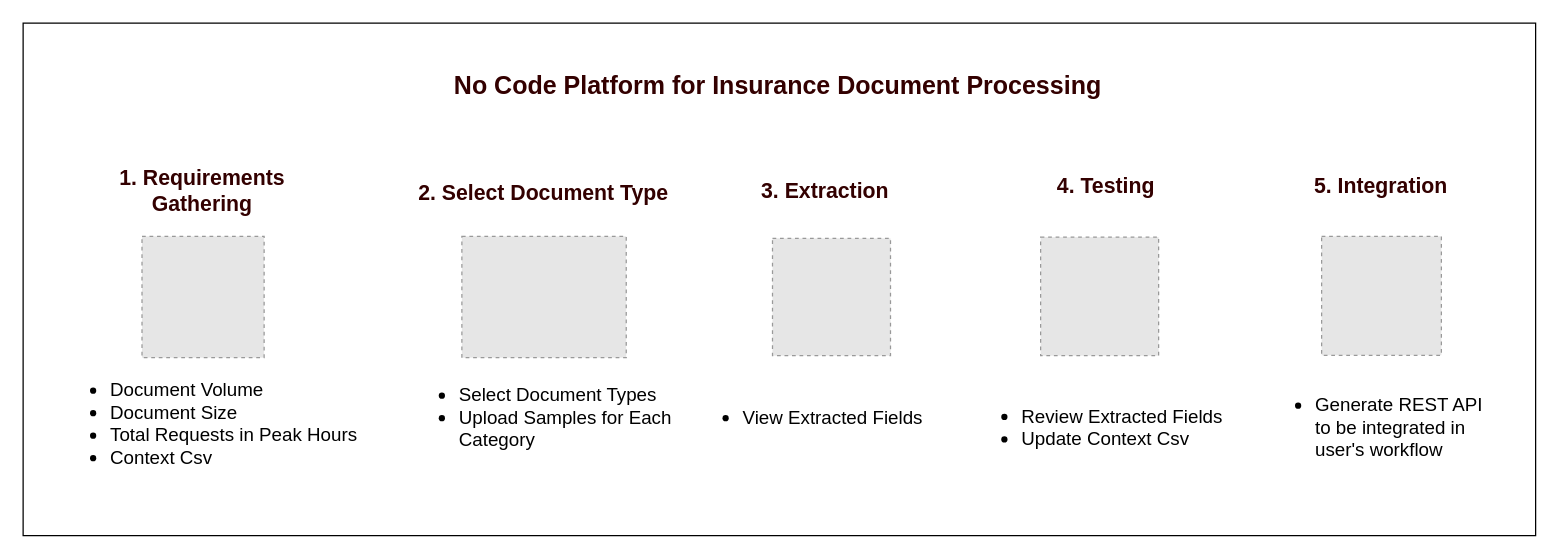
sidthedesigner/Draw.io keeps this draw.io diagram as No Code Platform for Insurance Document Processing .drawio. Above is the earlier version. Source tidied: cells renumbered, new cells numbered last; positions are measured from the earlier drawing's top-left corner, leaving out a move shared by most shapes. Both pictures are drawn from the tidied source at 125%, with x=0, y=0 at pixel (22, 22). Pictures stored in the file or linked from it are replaced by grey dashed boxes.
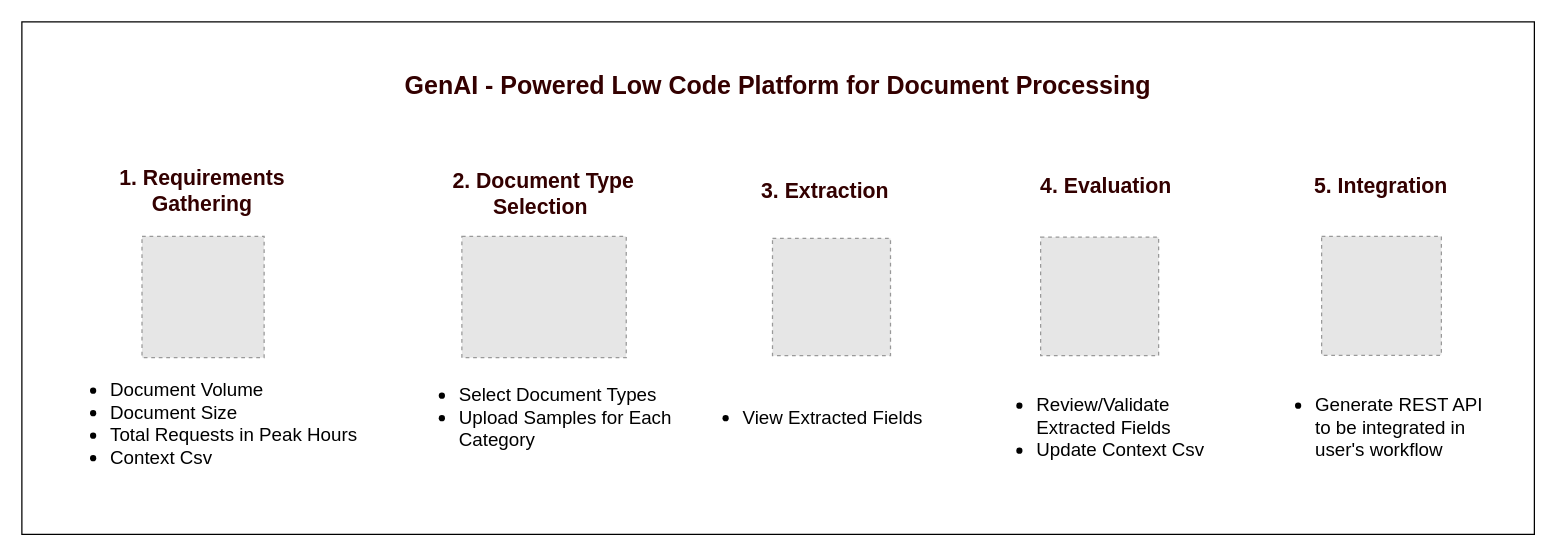
The same diagram, later.

What changed in the source:
```diff
@@
 <mxGraphModel>
   <root>
     <mxCell id="0" />
     <mxCell id="1" parent="0" />
     <mxCell id="2" style="fillColor=#E6E6E6;strokeColor=#999999;dashed=1;verticalLabelPosition=bottom;labelBackgroundColor=default;verticalAlign=top;fontSize=15;" parent="1" vertex="1">
       <mxGeometry x="351" y="170.6" width="131.5" height="97" as="geometry" />
     </mxCell>
     <mxCell id="3" style="fillColor=#E6E6E6;strokeColor=#999999;dashed=1;verticalLabelPosition=bottom;labelBackgroundColor=default;verticalAlign=top;" parent="1" vertex="1">
       <mxGeometry x="95.1" y="170.6" width="97.7" height="97" as="geometry" />
     </mxCell>
     <mxCell id="4" style="fillColor=#E6E6E6;strokeColor=#999999;dashed=1;verticalLabelPosition=bottom;labelBackgroundColor=default;verticalAlign=top;" parent="1" vertex="1">
       <mxGeometry x="599.5" y="172.2" width="94.4" height="93.8" as="geometry" />
     </mxCell>
-    <mxCell id="5" value="&lt;b style=&quot;font-size: 20px;&quot;&gt;No Code Platform for Insurance Document Processing&lt;/b&gt;" style="text;html=1;align=center;verticalAlign=middle;whiteSpace=wrap;rounded=0;fontSize=20;fontColor=#330000;labelBackgroundColor=default;labelBorderColor=none;textShadow=0;" parent="1" vertex="1">
-      <mxGeometry x="324" y="34" width="560" height="30" as="geometry" />
+    <mxCell id="5" value="&lt;b style=&quot;font-size: 20px;&quot;&gt;GenAI - Powered Low Code Platform for Document Processing&lt;/b&gt;" style="text;html=1;align=center;verticalAlign=middle;whiteSpace=wrap;rounded=0;fontSize=20;fontColor=#330000;labelBackgroundColor=default;labelBorderColor=none;textShadow=0;" parent="1" vertex="1">
+      <mxGeometry x="184" y="34" width="840" height="30" as="geometry" />
     </mxCell>
     <mxCell id="6" value="1. Requirements&lt;div&gt;Gathering&lt;/div&gt;" style="text;html=1;align=center;verticalAlign=middle;whiteSpace=wrap;rounded=0;fontStyle=1;fontColor=#330000;fontSize=17;" parent="1" vertex="1">
       <mxGeometry x="66.4" y="120.4" width="155.2" height="30" as="geometry" />
     </mxCell>
     <mxCell id="7" value="&lt;ul style=&quot;font-size: 15px;&quot;&gt;&lt;li style=&quot;font-size: 15px;&quot;&gt;Document Volume&lt;/li&gt;&lt;li style=&quot;font-size: 15px;&quot;&gt;Document Size&lt;/li&gt;&lt;li style=&quot;font-size: 15px;&quot;&gt;Total Requests in Peak Hours&lt;/li&gt;&lt;li style=&quot;font-size: 15px;&quot;&gt;Context Csv&lt;/li&gt;&lt;/ul&gt;" style="text;html=1;align=left;verticalAlign=middle;whiteSpace=wrap;rounded=0;fontSize=15;" parent="1" vertex="1">
       <mxGeometry x="28" y="280" width="257.7" height="79" as="geometry" />
     </mxCell>
-    <mxCell id="8" value="2. Select Document Type" style="text;html=1;align=center;verticalAlign=middle;whiteSpace=wrap;rounded=0;fontStyle=1;fontColor=#330000;fontSize=17;" parent="1" vertex="1">
+    <mxCell id="8" value="2. Document Type Selection&amp;nbsp;" style="text;html=1;align=center;verticalAlign=middle;whiteSpace=wrap;rounded=0;fontStyle=1;fontColor=#330000;fontSize=17;" parent="1" vertex="1">
       <mxGeometry x="314.3" y="121.8" width="204.8" height="30" as="geometry" />
     </mxCell>
     <mxCell id="9" value="&lt;ul style=&quot;font-size: 15px;&quot;&gt;&lt;li style=&quot;font-size: 15px;&quot;&gt;Select Document Types&lt;/li&gt;&lt;li&gt;Upload Samples for Each&amp;nbsp; Category&lt;/li&gt;&lt;/ul&gt;" style="text;html=1;align=left;verticalAlign=middle;whiteSpace=wrap;rounded=0;fontSize=15;" parent="1" vertex="1">
       <mxGeometry x="307" y="275" width="219.4" height="79" as="geometry" />
     </mxCell>
     <mxCell id="10" value="3. Extraction&amp;nbsp; &amp;nbsp; &amp;nbsp;&amp;nbsp;" style="text;html=1;align=center;verticalAlign=middle;whiteSpace=wrap;rounded=0;fontStyle=1;fontColor=#330000;fontSize=17;" parent="1" vertex="1">
       <mxGeometry x="586" y="120.4" width="140.3" height="30" as="geometry" />
     </mxCell>
     <mxCell id="11" value="&lt;ul style=&quot;font-size: 15px;&quot;&gt;&lt;li&gt;&lt;span style=&quot;background-color: initial;&quot;&gt;View Extracted Fields&lt;/span&gt;&lt;/li&gt;&lt;/ul&gt;" style="text;html=1;align=left;verticalAlign=middle;whiteSpace=wrap;rounded=0;fontSize=15;" parent="1" vertex="1">
       <mxGeometry x="534" y="275" width="242.5" height="79" as="geometry" />
     </mxCell>
-    <mxCell id="12" value="4. Testing" style="text;html=1;align=center;verticalAlign=middle;whiteSpace=wrap;rounded=0;fontStyle=1;fontColor=#330000;fontSize=17;" parent="1" vertex="1">
+    <mxCell id="12" value="4. Evaluation" style="text;html=1;align=center;verticalAlign=middle;whiteSpace=wrap;rounded=0;fontStyle=1;fontColor=#330000;fontSize=17;" parent="1" vertex="1">
       <mxGeometry x="789.1" y="116" width="155.2" height="30" as="geometry" />
     </mxCell>
-    <mxCell id="13" value="&lt;ul style=&quot;font-size: 15px;&quot;&gt;&lt;li&gt;Review Extracted Fields&lt;/li&gt;&lt;li&gt;Update Context Csv&lt;/li&gt;&lt;/ul&gt;" style="text;html=1;align=left;verticalAlign=middle;whiteSpace=wrap;rounded=0;fontSize=15;" parent="1" vertex="1">
-      <mxGeometry x="756.7" y="283.1" width="220" height="79" as="geometry" />
+    <mxCell id="13" value="&lt;ul style=&quot;font-size: 15px;&quot;&gt;&lt;li&gt;Review/Validate Extracted Fields&lt;/li&gt;&lt;li&gt;Update Context Csv&lt;/li&gt;&lt;/ul&gt;" style="text;html=1;align=left;verticalAlign=middle;whiteSpace=wrap;rounded=0;fontSize=15;" parent="1" vertex="1">
+      <mxGeometry x="769.4" y="283.1" width="194.6" height="79" as="geometry" />
     </mxCell>
     <mxCell id="14" value="5. Integration" style="text;html=1;align=center;verticalAlign=middle;whiteSpace=wrap;rounded=0;fontStyle=1;fontColor=#330000;fontSize=17;" parent="1" vertex="1">
       <mxGeometry x="1009.1" y="116" width="155.2" height="30" as="geometry" />
     </mxCell>
     <mxCell id="15" value="&lt;ul style=&quot;font-size: 15px;&quot;&gt;&lt;li&gt;Generate REST API to be integrated in user's workflow&lt;/li&gt;&lt;/ul&gt;" style="text;html=1;align=left;verticalAlign=middle;whiteSpace=wrap;rounded=0;fontSize=15;" parent="1" vertex="1">
       <mxGeometry x="991.7" y="283.1" width="192.3" height="79" as="geometry" />
     </mxCell>
     <mxCell id="16" style="fillColor=#E6E6E6;strokeColor=#999999;dashed=1;verticalLabelPosition=bottom;labelBackgroundColor=default;verticalAlign=top;" parent="1" vertex="1">
       <mxGeometry x="1038.8" y="170.6" width="95.8" height="95.1" as="geometry" />
     </mxCell>
     <mxCell id="17" style="fillColor=#E6E6E6;strokeColor=#999999;dashed=1;verticalLabelPosition=bottom;labelBackgroundColor=default;verticalAlign=top;" parent="1" vertex="1">
       <mxGeometry x="814" y="171.2" width="94.4" height="94.8" as="geometry" />
     </mxCell>
     <mxCell id="18" style="rounded=0;whiteSpace=wrap;html=1;fillColor=none;" parent="1" vertex="1">
-      <mxGeometry width="1210" height="410" as="geometry" />
+      <mxGeometry x="-1" y="-1" width="1210" height="410" as="geometry" />
     </mxCell>
   </root>
 </mxGraphModel>
```
